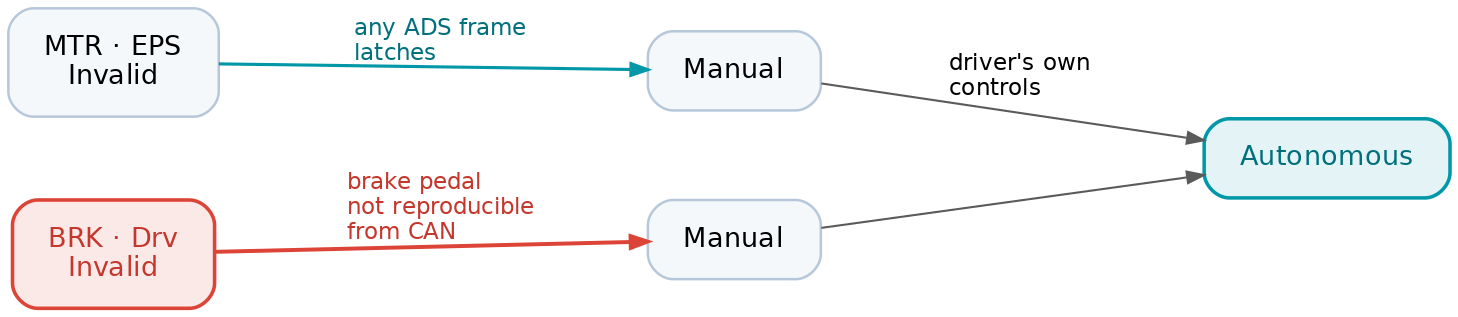
NEWSLabNTU/2026-golf-cart keeps this Graphviz diagram as docs/reports/assets/vcu_states.png. Above is the earlier version. Its source is kept beside it as docs/reports/assets/vcu_states.dot.
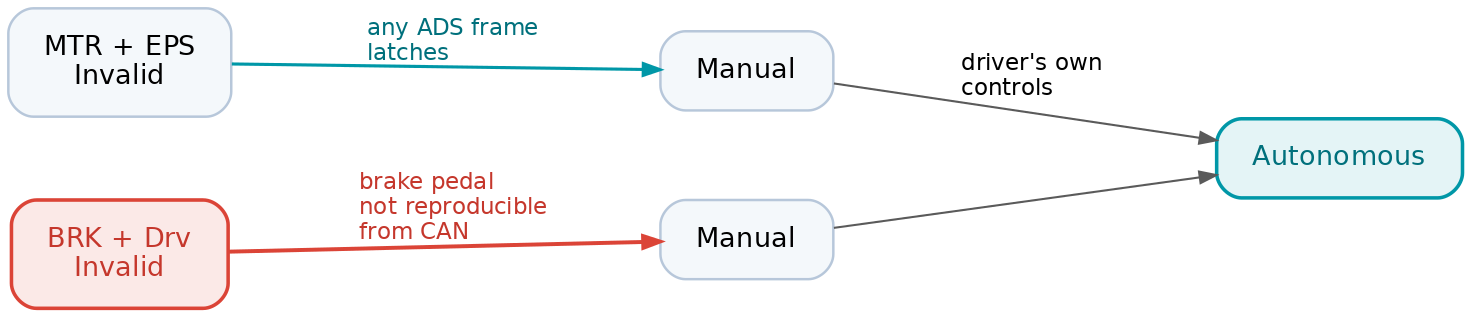
Above is the later version.

The edit, as a diff of the source:
```diff
@@ -6,8 +6,8 @@
   edge [fontname="Helvetica", fontsize=11, color="#5a5a5a", arrowsize=0.8];
 
   { rank=same;
-    i1 [label="MTR · EPS\nInvalid"];
-    i2 [label="BRK · Drv\nInvalid", color="#DB4437", fillcolor="#FBE9E7",
+    i1 [label="MTR + EPS\nInvalid"];
+    i2 [label="BRK + Drv\nInvalid", color="#DB4437", fillcolor="#FBE9E7",
         fontcolor="#C5372C", penwidth=1.7];
   }
   { rank=same;
```
